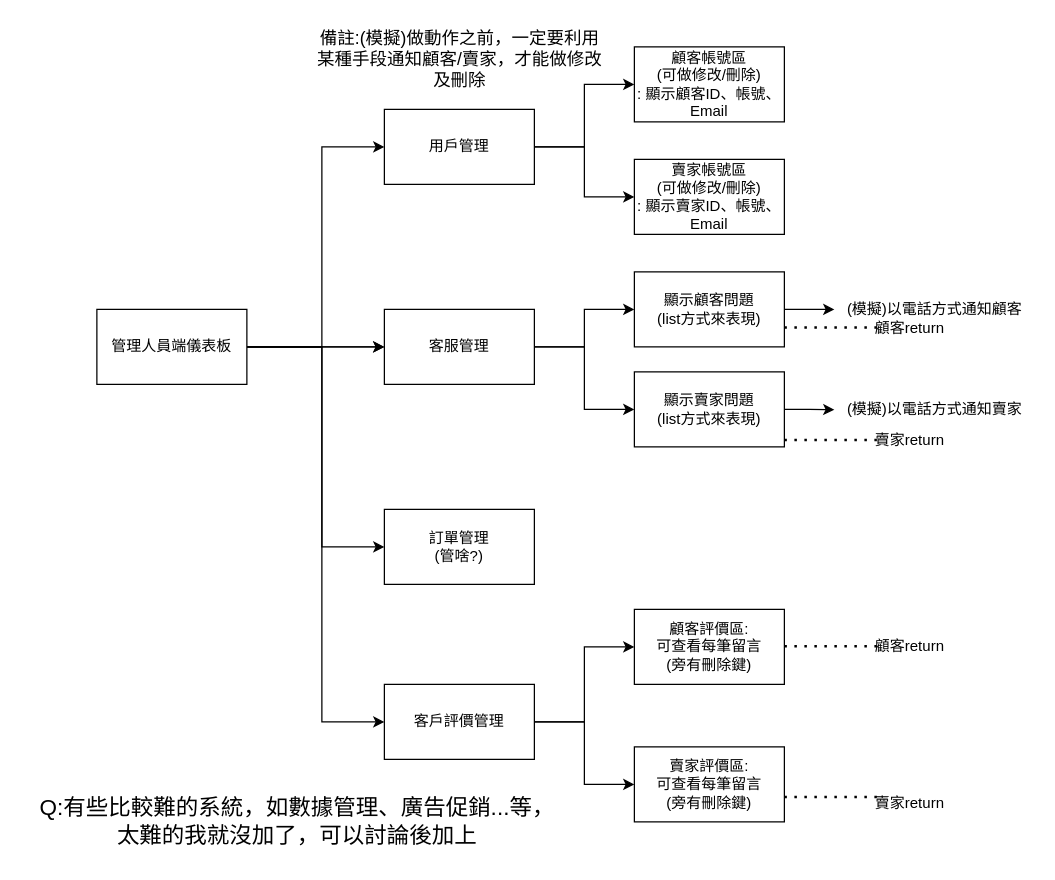
Before: page "管理人員端" (3 of 3) of 流程圖.drawio in yupm15/project2, a draw.io diagram. Source tidied: cells renumbered, new cells numbered last; positions are measured from the earlier drawing's top-left corner, leaving out a move shared by most shapes. Both pictures are drawn from the tidied source at 125%, with x=0, y=0 at pixel (21, 21).
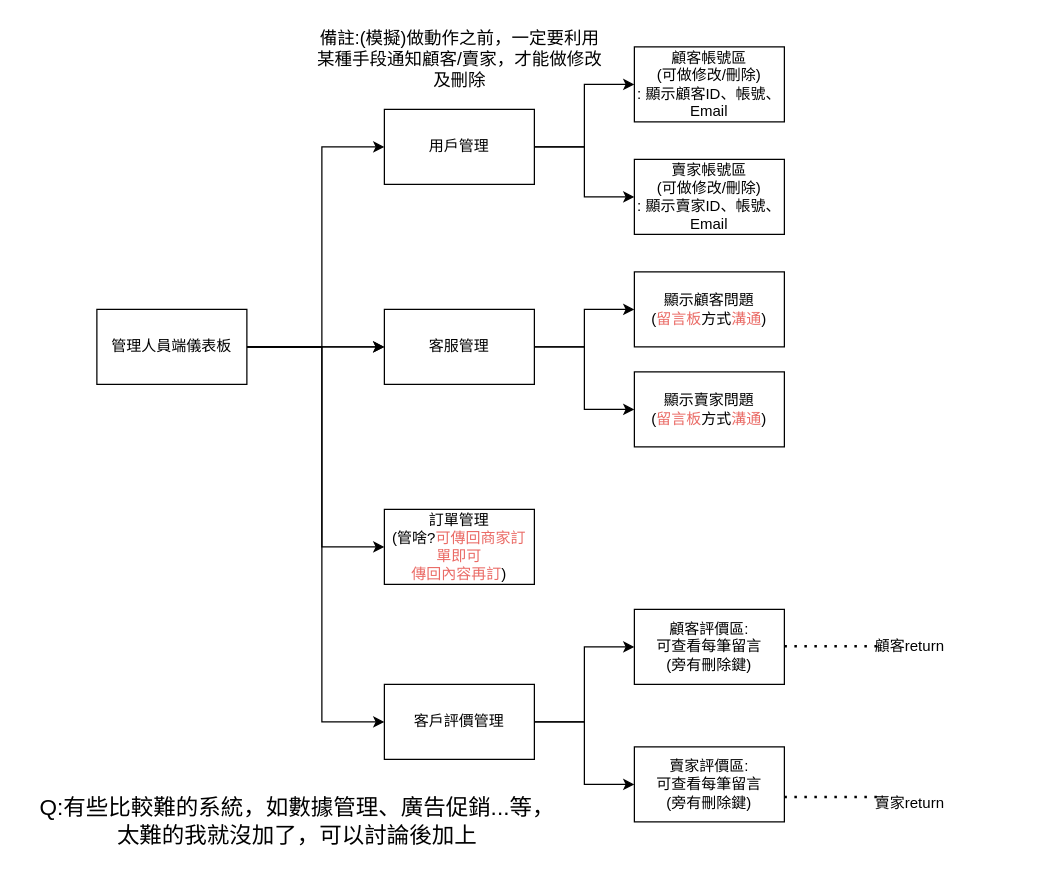
After the change.

The edit, as a diff of the source:
```diff
@@
-    <mxCell id="14" value="訂單管理&lt;br&gt;(管啥?)" style="whiteSpace=wrap;html=1;rounded=0;" parent="1" vertex="1">
+    <mxCell id="14" value="訂單管理&lt;br&gt;(管啥?&lt;font color=&quot;#ea6b66&quot;&gt;可傳回商家訂單即可&lt;br&gt;傳回內容再訂&lt;/font&gt;)" style="whiteSpace=wrap;html=1;rounded=0;" parent="1" vertex="1">
       <mxGeometry x="290" y="390" width="120" height="60" as="geometry" />
     </mxCell>
@@
-    <mxCell id="21" style="edgeStyle=orthogonalEdgeStyle;rounded=0;jettySize=auto;html=1;exitX=1;exitY=0.5;exitDx=0;exitDy=0;" parent="1" edge="1" source="22" target="23">
-      <mxGeometry relative="1" as="geometry" />
-    </mxCell>
-    <mxCell id="22" value="顯示顧客問題&lt;br&gt;(list方式來表現)" style="whiteSpace=wrap;html=1;rounded=0;" parent="1" vertex="1">
+    <mxCell id="22" value="顯示顧客問題&lt;br&gt;(&lt;font color=&quot;#ea6b66&quot;&gt;留言板&lt;/font&gt;方式&lt;font color=&quot;#ea6b66&quot;&gt;溝通&lt;/font&gt;)" style="whiteSpace=wrap;html=1;rounded=0;" parent="1" vertex="1">
       <mxGeometry x="490" y="200" width="120" height="60" as="geometry" />
     </mxCell>
-    <mxCell id="23" value="(模擬)以電話方式通知顧客" style="text;html=1;align=center;verticalAlign=middle;points=[];strokeColor=none;fillColor=none;" parent="1" vertex="1">
-      <mxGeometry x="650" y="215" width="160" height="30" as="geometry" />
-    </mxCell>
@@
-    <mxCell id="31" style="edgeStyle=orthogonalEdgeStyle;rounded=0;jettySize=auto;html=1;entryX=0;entryY=0.511;entryDx=0;entryDy=0;entryPerimeter=0;" parent="1" edge="1" source="32" target="33">
-      <mxGeometry relative="1" as="geometry" />
-    </mxCell>
-    <mxCell id="32" value="顯示賣家問題&lt;br&gt;(list方式來表現)" style="whiteSpace=wrap;html=1;rounded=0;" parent="1" vertex="1">
+    <mxCell id="32" value="顯示賣家問題&lt;br&gt;(&lt;font style=&quot;border-color: var(--border-color);&quot; color=&quot;#ea6b66&quot;&gt;留言板&lt;/font&gt;方式&lt;font style=&quot;border-color: var(--border-color);&quot; color=&quot;#ea6b66&quot;&gt;溝通&lt;/font&gt;)" style="whiteSpace=wrap;html=1;rounded=0;" parent="1" vertex="1">
       <mxGeometry x="490" y="280" width="120" height="60" as="geometry" />
     </mxCell>
-    <mxCell id="33" value="(模擬)以電話方式通知賣家" style="text;html=1;align=center;verticalAlign=middle;points=[];strokeColor=none;fillColor=none;" parent="1" vertex="1">
-      <mxGeometry x="650" y="295" width="160" height="30" as="geometry" />
-    </mxCell>
-    <mxCell id="34" style="endArrow=none;dashed=1;html=1;dashPattern=1 3;strokeWidth=2;rounded=0;" parent="1" edge="1">
-      <mxGeometry relative="1" as="geometry">
-        <mxPoint x="610" y="244.5" as="sourcePoint" />
-        <mxPoint x="690" y="244.5" as="targetPoint" />
-      </mxGeometry>
-    </mxCell>
-    <mxCell id="35" value="顧客return" style="text;html=1;align=center;verticalAlign=middle;strokeColor=none;fillColor=none;" parent="1" vertex="1">
-      <mxGeometry x="670" y="230" width="80" height="30" as="geometry" />
-    </mxCell>
-    <mxCell id="36" style="endArrow=none;dashed=1;html=1;dashPattern=1 3;strokeWidth=2;rounded=0;" parent="1" edge="1">
-      <mxGeometry relative="1" as="geometry">
-        <mxPoint x="610" y="334.5" as="sourcePoint" />
-        <mxPoint x="690" y="334.5" as="targetPoint" />
-      </mxGeometry>
-    </mxCell>
-    <mxCell id="37" value="賣家return" style="text;html=1;align=center;verticalAlign=middle;strokeColor=none;fillColor=none;" parent="1" vertex="1">
-      <mxGeometry x="670" y="320" width="80" height="30" as="geometry" />
-    </mxCell>
```
